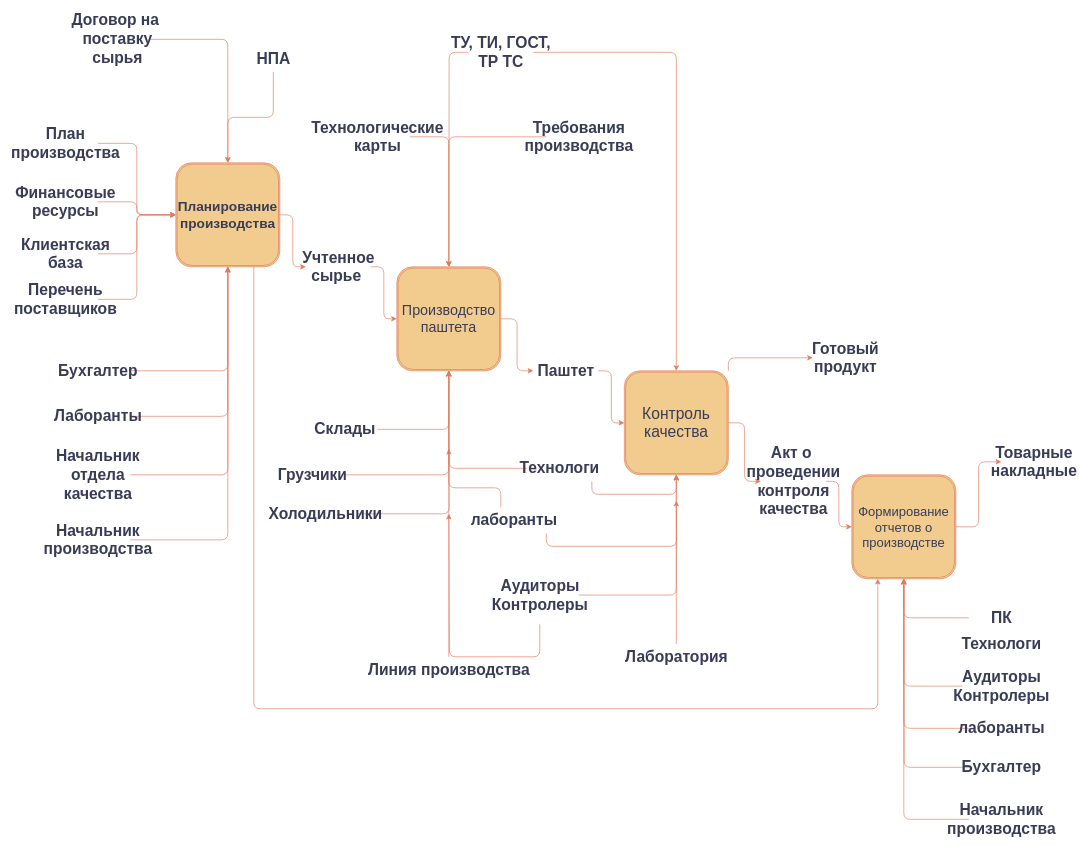
Earlier version of the draw.io diagram page "Page-1" (1 of 2) of Диаграмма без названия.drawio (Yankeegohome/Cinema). Source tidied: cells renumbered, new cells numbered last; positions are measured from the earlier drawing's top-left corner, leaving out a move shared by most shapes. Both pictures are drawn from the tidied source at 65%, with x=0, y=0 at pixel (32, 26).
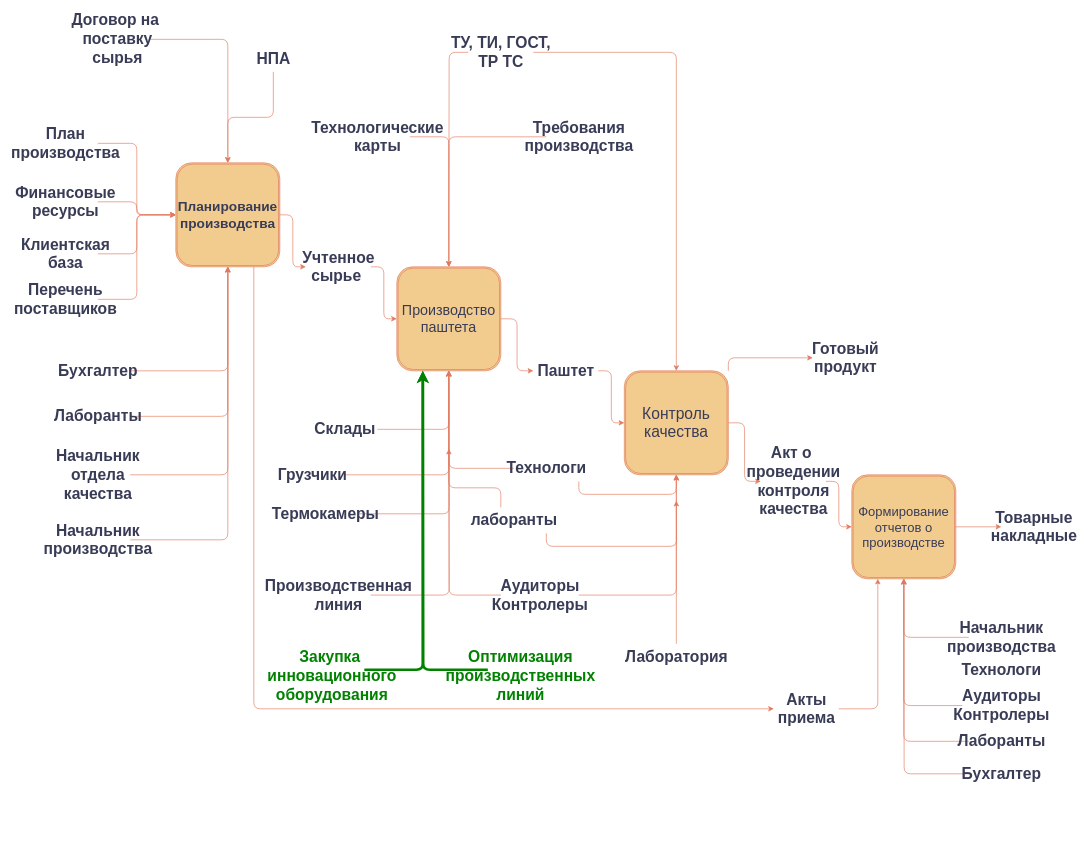
Above is the later version.

Unchanged cells that the change refers to:
```xml
<mxCell id="4" value="&lt;h3 style=&quot;font-size: 21px;&quot;&gt;Планирование производства&lt;/h3&gt;" style="shape=ext;double=1;whiteSpace=wrap;html=1;fontSize=21;labelBackgroundColor=none;fillColor=#F2CC8F;strokeColor=#E07A5F;fontColor=#393C56;rounded=1;" parent="1" vertex="1">
  <mxGeometry x="220" y="210" width="160" height="160" as="geometry" />
</mxCell>
<mxCell id="6" value="Производство паштета" style="shape=ext;double=1;whiteSpace=wrap;html=1;fontSize=22;labelBackgroundColor=none;fillColor=#F2CC8F;strokeColor=#E07A5F;fontColor=#393C56;rounded=1;" parent="1" vertex="1">
  <mxGeometry x="560" y="370" width="160" height="160" as="geometry" />
</mxCell>
<mxCell id="11" value="Формирование отчетов о производстве" style="shape=ext;double=1;whiteSpace=wrap;html=1;fontSize=20;labelBackgroundColor=none;fillColor=#F2CC8F;strokeColor=#E07A5F;fontColor=#393C56;rounded=1;" parent="1" vertex="1">
  <mxGeometry x="1260" y="690" width="160" height="160" as="geometry" />
</mxCell>
<mxCell id="39" value="Аудиторы&lt;br&gt;Контролеры" style="text;strokeColor=none;fillColor=none;html=1;fontSize=24;fontStyle=1;verticalAlign=middle;align=center;labelBackgroundColor=none;fontColor=#393C56;rounded=1;" parent="1" vertex="1">
  <mxGeometry x="720" y="830" width="120" height="90" as="geometry" />
</mxCell>
```

The edit, as a diff of the source:
```diff
@@
-    <mxCell id="3" style="edgeStyle=orthogonalEdgeStyle;rounded=1;jettySize=auto;html=1;exitX=0.75;exitY=1;exitDx=0;exitDy=0;entryX=0.25;entryY=1;entryDx=0;entryDy=0;strokeColor=#E07A5F;fontColor=#393C56;fillColor=#F2CC8F;" parent="1" edge="1" source="4" target="11">
-      <mxGeometry relative="1" as="geometry">
-        <Array as="points">
-          <mxPoint x="340" y="1050" />
-          <mxPoint x="1300" y="1050" />
-        </Array>
-      </mxGeometry>
-    </mxCell>
+    <mxCell id="77" style="edgeStyle=orthogonalEdgeStyle;rounded=1;jettySize=auto;html=1;exitX=0.75;exitY=1;exitDx=0;exitDy=0;entryX=0;entryY=0.5;entryDx=0;entryDy=0;strokeColor=#E07A5F;fontColor=#393C56;fillColor=#F2CC8F;" parent="1" edge="1" source="4" target="84">
+      <mxGeometry relative="1" as="geometry" />
+    </mxCell>
@@
-    <mxCell id="36" value="Холодильники" style="text;strokeColor=none;fillColor=none;html=1;fontSize=24;fontStyle=1;verticalAlign=middle;align=center;labelBackgroundColor=none;fontColor=#393C56;rounded=1;" parent="1" vertex="1">
+    <mxCell id="36" value="Термокамеры" style="text;strokeColor=none;fillColor=none;html=1;fontSize=24;fontStyle=1;verticalAlign=middle;align=center;labelBackgroundColor=none;fontColor=#393C56;rounded=1;" parent="1" vertex="1">
       <mxGeometry x="400" y="730" width="100" height="40" as="geometry" />
     </mxCell>
-    <mxCell id="37" style="edgeStyle=orthogonalEdgeStyle;rounded=1;jettySize=auto;html=1;labelBackgroundColor=none;strokeColor=#E07A5F;fontColor=default;" parent="1" edge="1" source="39">
-      <mxGeometry relative="1" as="geometry">
-        <mxPoint x="640" y="750" as="targetPoint" />
-        <Array as="points">
-          <mxPoint x="780" y="970" />
-          <mxPoint x="641" y="970" />
-          <mxPoint x="641" y="750" />
-        </Array>
-      </mxGeometry>
-    </mxCell>
@@
+    <mxCell id="78" style="edgeStyle=orthogonalEdgeStyle;rounded=1;jettySize=auto;html=1;strokeColor=#E07A5F;fontColor=#393C56;fillColor=#F2CC8F;" parent="1" edge="1" source="39">
+      <mxGeometry relative="1" as="geometry">
+        <mxPoint x="640" y="530" as="targetPoint" />
+      </mxGeometry>
+    </mxCell>
@@
     <mxCell id="42" value="Технологи" style="text;strokeColor=none;fillColor=none;html=1;fontSize=24;fontStyle=1;verticalAlign=middle;align=center;labelBackgroundColor=none;fontColor=#393C56;rounded=1;" parent="1" vertex="1">
-      <mxGeometry x="760" y="660" width="100" height="40" as="geometry" />
+      <mxGeometry x="740" y="660" width="100" height="40" as="geometry" />
     </mxCell>
@@
-    <mxCell id="44" value="Линия производства" style="text;strokeColor=none;fillColor=none;html=1;fontSize=24;fontStyle=1;verticalAlign=middle;align=center;labelBackgroundColor=none;fontColor=#393C56;rounded=1;" parent="1" vertex="1">
-      <mxGeometry x="590" y="970" width="100" height="40" as="geometry" />
+    <mxCell id="44" value="Производственная&lt;br&gt;линия" style="text;strokeColor=none;fillColor=none;html=1;fontSize=24;fontStyle=1;verticalAlign=middle;align=center;labelBackgroundColor=none;fontColor=#393C56;rounded=1;" parent="1" vertex="1">
+      <mxGeometry x="420" y="855" width="100" height="40" as="geometry" />
     </mxCell>
@@
     <mxCell id="53" value="Бухгалтер" style="text;strokeColor=none;fillColor=none;html=1;fontSize=24;fontStyle=1;verticalAlign=middle;align=center;labelBackgroundColor=none;fontColor=#393C56;rounded=1;" parent="1" vertex="1">
-      <mxGeometry x="1440" y="1120" width="100" height="40" as="geometry" />
+      <mxGeometry x="1440" y="1130" width="100" height="40" as="geometry" />
     </mxCell>
@@
     <mxCell id="55" value="Начальник &lt;br&gt;производства" style="text;strokeColor=none;fillColor=none;html=1;fontSize=24;fontStyle=1;verticalAlign=middle;align=center;labelBackgroundColor=none;fontColor=#393C56;rounded=1;" parent="1" vertex="1">
-      <mxGeometry x="1440" y="1200" width="100" height="40" as="geometry" />
+      <mxGeometry x="1440" y="920" width="100" height="40" as="geometry" />
     </mxCell>
@@
     <mxCell id="57" value="Аудиторы&lt;br&gt;Контролеры" style="text;strokeColor=none;fillColor=none;html=1;fontSize=24;fontStyle=1;verticalAlign=middle;align=center;labelBackgroundColor=none;fontColor=#393C56;rounded=1;" parent="1" vertex="1">
-      <mxGeometry x="1430" y="970" width="120" height="90" as="geometry" />
+      <mxGeometry x="1430" y="1000" width="120" height="90" as="geometry" />
     </mxCell>
     <mxCell id="58" value="Технологи" style="text;strokeColor=none;fillColor=none;html=1;fontSize=24;fontStyle=1;verticalAlign=middle;align=center;labelBackgroundColor=none;fontColor=#393C56;rounded=1;" parent="1" vertex="1">
-      <mxGeometry x="1440" y="930" width="100" height="40" as="geometry" />
+      <mxGeometry x="1440" y="970" width="100" height="40" as="geometry" />
     </mxCell>
-    <mxCell id="59" style="edgeStyle=orthogonalEdgeStyle;rounded=1;jettySize=auto;html=1;entryX=0.5;entryY=1;entryDx=0;entryDy=0;strokeColor=#E07A5F;fontColor=#393C56;fillColor=#F2CC8F;" parent="1" edge="1" source="60" target="11">
-      <mxGeometry relative="1" as="geometry" />
-    </mxCell>
-    <mxCell id="60" value="ПК" style="text;strokeColor=none;fillColor=none;html=1;fontSize=24;fontStyle=1;verticalAlign=middle;align=center;labelBackgroundColor=none;fontColor=#393C56;rounded=1;" parent="1" vertex="1">
-      <mxGeometry x="1440" y="890" width="100" height="40" as="geometry" />
-    </mxCell>
@@
-    <mxCell id="62" value="лаборанты" style="text;strokeColor=none;fillColor=none;html=1;fontSize=24;fontStyle=1;verticalAlign=middle;align=center;labelBackgroundColor=none;fontColor=#393C56;rounded=1;" parent="1" vertex="1">
-      <mxGeometry x="1440" y="1060" width="100" height="40" as="geometry" />
+    <mxCell id="62" value="Лаборанты" style="text;strokeColor=none;fillColor=none;html=1;fontSize=24;fontStyle=1;verticalAlign=middle;align=center;labelBackgroundColor=none;fontColor=#393C56;rounded=1;" parent="1" vertex="1">
+      <mxGeometry x="1440" y="1080" width="100" height="40" as="geometry" />
     </mxCell>
     <mxCell id="63" value="Товарные&lt;br&gt;накладные" style="text;strokeColor=none;fillColor=none;html=1;fontSize=24;fontStyle=1;verticalAlign=middle;align=center;labelBackgroundColor=none;fontColor=#393C56;rounded=1;" parent="1" vertex="1">
-      <mxGeometry x="1490" y="650" width="100" height="40" as="geometry" />
+      <mxGeometry x="1490" y="750" width="100" height="40" as="geometry" />
     </mxCell>
@@
+    <mxCell id="79" style="edgeStyle=orthogonalEdgeStyle;rounded=1;jettySize=auto;html=1;exitX=1;exitY=0.25;exitDx=0;exitDy=0;entryX=0.25;entryY=1;entryDx=0;entryDy=0;strokeColor=#008200;fontColor=#393C56;fillColor=#F2CC8F;strokeWidth=4;" parent="1" edge="1" source="80" target="6">
+      <mxGeometry relative="1" as="geometry" />
+    </mxCell>
+    <mxCell id="80" value="Закупка&amp;nbsp;&lt;br&gt;инновационного&lt;br&gt;оборудования" style="text;strokeColor=none;fillColor=none;html=1;fontSize=24;fontStyle=1;verticalAlign=middle;align=center;labelBackgroundColor=none;fontColor=#008200;rounded=1;" parent="1" vertex="1">
+      <mxGeometry x="410" y="980" width="100" height="40" as="geometry" />
+    </mxCell>
+    <mxCell id="81" style="edgeStyle=orthogonalEdgeStyle;rounded=1;jettySize=auto;html=1;exitX=0;exitY=0.25;exitDx=0;exitDy=0;strokeColor=#008200;fontColor=#393C56;fillColor=#F2CC8F;strokeWidth=4;" parent="1" edge="1" source="82">
+      <mxGeometry relative="1" as="geometry">
+        <mxPoint x="600" y="530" as="targetPoint" />
+      </mxGeometry>
+    </mxCell>
+    <mxCell id="82" value="Оптимизация&lt;br&gt;производственных&lt;br&gt;линий" style="text;strokeColor=none;fillColor=none;html=1;fontSize=24;fontStyle=1;verticalAlign=middle;align=center;labelBackgroundColor=none;fontColor=#008200;rounded=1;" parent="1" vertex="1">
+      <mxGeometry x="700" y="980" width="100" height="40" as="geometry" />
+    </mxCell>
+    <mxCell id="83" style="edgeStyle=orthogonalEdgeStyle;rounded=1;jettySize=auto;html=1;entryX=0.25;entryY=1;entryDx=0;entryDy=0;strokeColor=#E07A5F;fontColor=#393C56;fillColor=#F2CC8F;" parent="1" edge="1" source="84" target="11">
+      <mxGeometry relative="1" as="geometry" />
+    </mxCell>
+    <mxCell id="84" value="Акты&lt;br&gt;приема" style="text;strokeColor=none;fillColor=none;html=1;fontSize=24;fontStyle=1;verticalAlign=middle;align=center;labelBackgroundColor=none;fontColor=#393C56;rounded=1;" parent="1" vertex="1">
+      <mxGeometry x="1140" y="1030" width="100" height="40" as="geometry" />
+    </mxCell>
```
